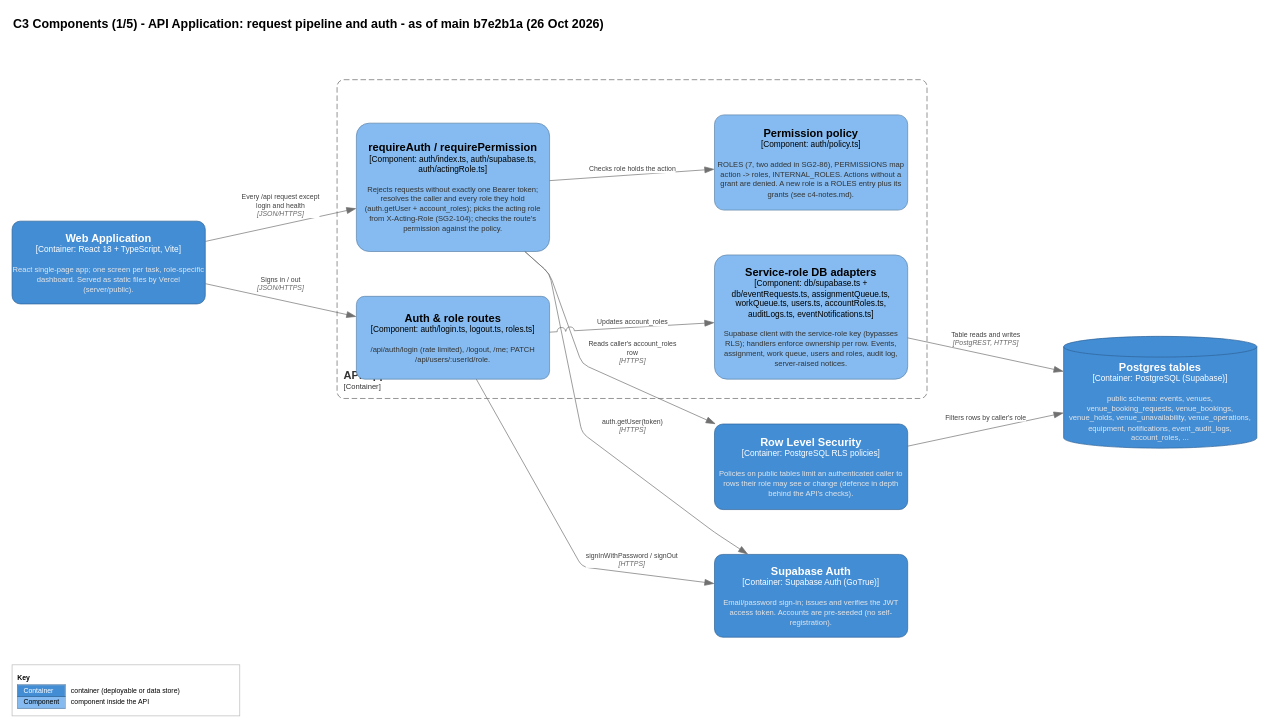
Earlier version of the draw.io diagram page "C3 Components (1/5): request pipeline and auth" (3 of 7) of docs/design/c4-model.drawio (tayelroy/Team2-SPM). Source tidied: cells renumbered, new cells numbered last; positions are measured from the earlier drawing's top-left corner, leaving out a move shared by most shapes. Both pictures are drawn from the tidied source at 69%, with x=0, y=0 at pixel (12, 12).
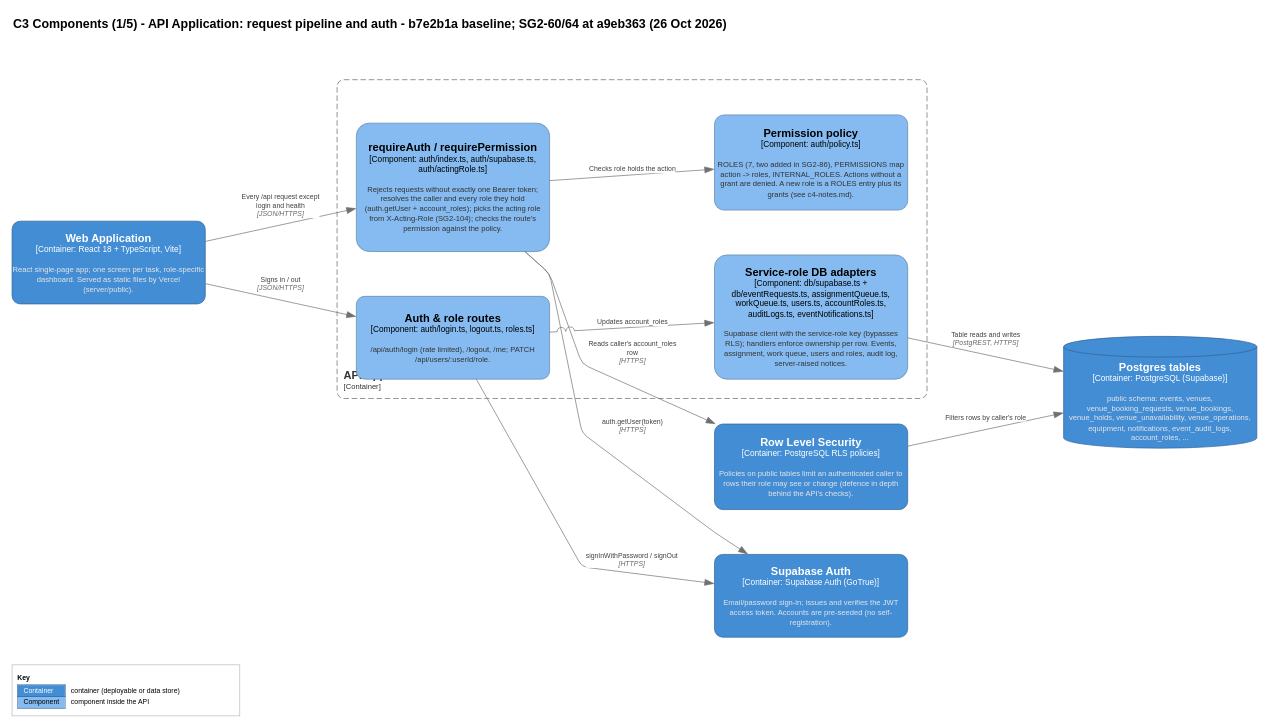
Above is the later version.

Change to the diagram source:
```diff
@@
-    <mxCell id="2" value="&lt;b&gt;C3 Components (1/5) - API Application: request pipeline and auth - as of main b7e2b1a (26 Oct 2026)&lt;/b&gt;" style="text;html=1;align=left;verticalAlign=top;fontSize=18;whiteSpace=wrap;" parent="1" vertex="1">
+    <mxCell id="2" value="&lt;b&gt;C3 Components (1/5) - API Application: request pipeline and auth - b7e2b1a baseline; SG2-60/64 at a9eb363 (26 Oct 2026)&lt;/b&gt;" style="text;html=1;align=left;verticalAlign=top;fontSize=18;whiteSpace=wrap;" parent="1" vertex="1">
       <mxGeometry width="1100" height="60" as="geometry" />
     </mxCell>
```
